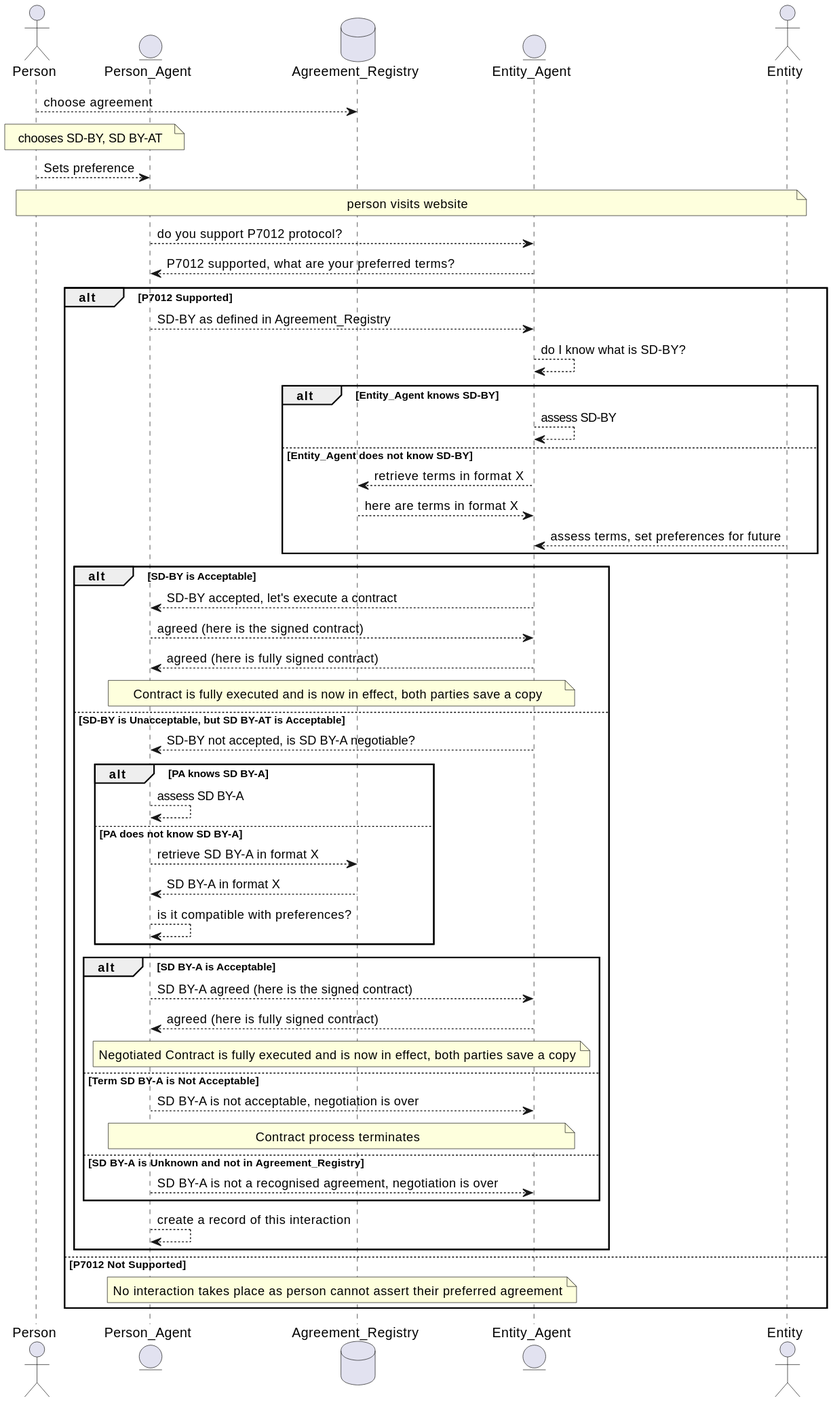
w3c/dpv keeps this PlantUML diagram as 2.2/diagrams/p7012-process-detailed.svg. Above is the earlier version.
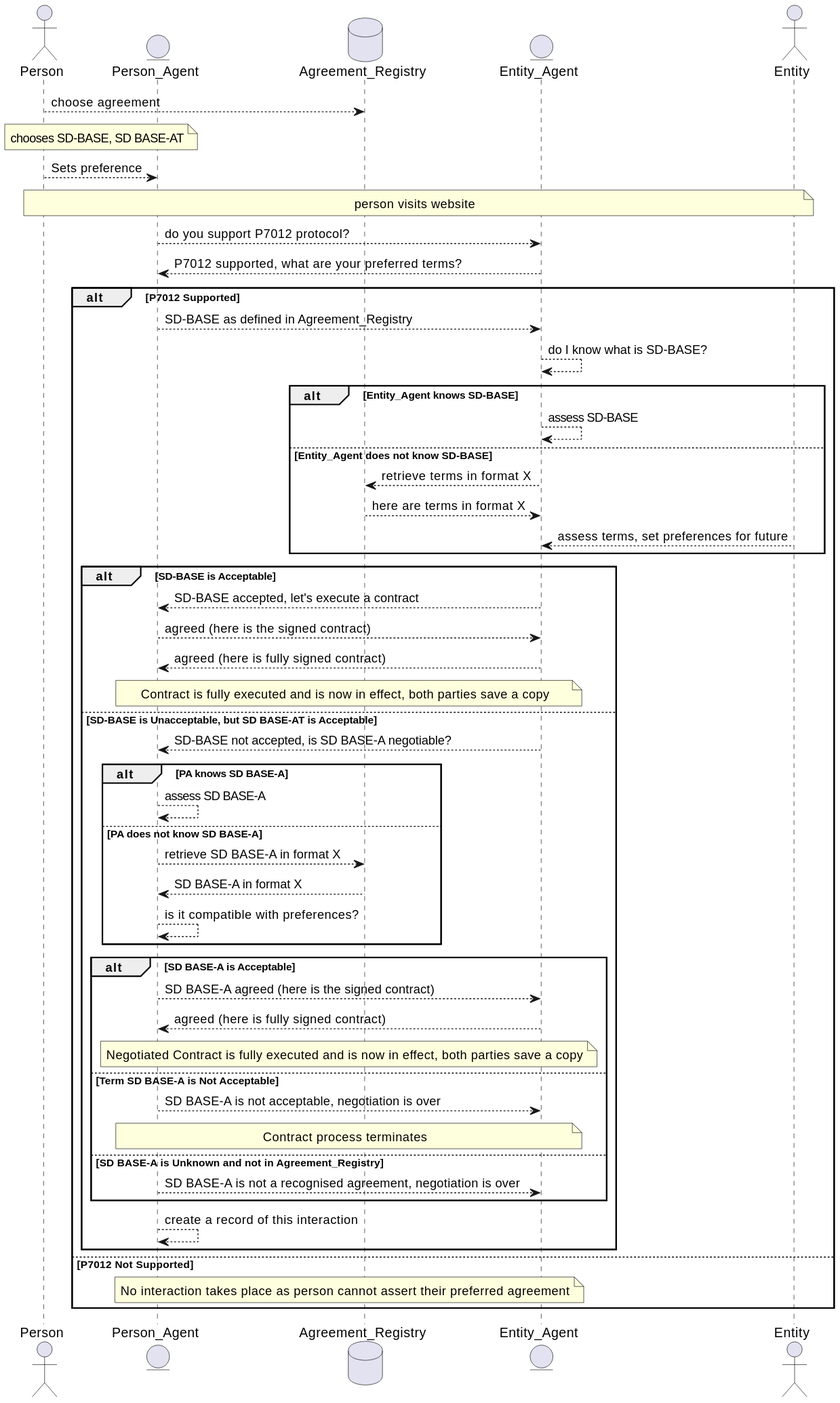
Later version of the same file.

Commit message:
p7012 updated diagrams ; close #379

Diff of the diagram source:
```diff
@@ -6,47 +6,47 @@
 actor Entity as SP
 
 P --> R: choose agreement
-note over P, PA: chooses SD-BY, SD BY-AT
+note over P, PA: chooses SD-BASE, SD BASE-AT
 P --> PA : Sets preference
 note over P, SP: person visits website
 PA --> PRA : do you support P7012 protocol?
 PRA --> PA : P7012 supported, what are your preferred terms?
 
 alt P7012 Supported
-    PA --> PRA : SD-BY as defined in Agreement_Registry
-    PRA --> PRA : do I know what is SD-BY?
-    alt Entity_Agent knows SD-BY
-      PRA --> PRA: assess SD-BY
+    PA --> PRA : SD-BASE as defined in Agreement_Registry
+    PRA --> PRA : do I know what is SD-BASE?
+    alt Entity_Agent knows SD-BASE
+      PRA --> PRA: assess SD-BASE
 
-    else Entity_Agent does not know SD-BY
+    else Entity_Agent does not know SD-BASE
       PRA --> R: retrieve terms in format X
       R --> PRA: here are terms in format X
       SP --> PRA : assess terms, set preferences for future
     end
 
-    alt SD-BY is Acceptable
-        PRA --> PA : SD-BY accepted, let's execute a contract
+    alt SD-BASE is Acceptable
+        PRA --> PA : SD-BASE accepted, let's execute a contract
         PA --> PRA : agreed (here is the signed contract)
         PRA --> PA : agreed (here is fully signed contract)
         note over PRA, PA : Contract is fully executed and is now in effect, both parties save a copy
-    else SD-BY is Unacceptable, but SD BY-AT is Acceptable
-        PRA --> PA : SD-BY not accepted, is SD BY-A negotiable?
-        alt PA knows SD BY-A
-          PA --> PA : assess SD BY-A
-        else PA does not know SD BY-A
-          PA --> R: retrieve SD BY-A in format X
-          R --> PA: SD BY-A in format X
+    else SD-BASE is Unacceptable, but SD BASE-AT is Acceptable
+        PRA --> PA : SD-BASE not accepted, is SD BASE-A negotiable?
+        alt PA knows SD BASE-A
+          PA --> PA : assess SD BASE-A
+        else PA does not know SD BASE-A
+          PA --> R: retrieve SD BASE-A in format X
+          R --> PA: SD BASE-A in format X
           PA --> PA: is it compatible with preferences?
         end
-        alt SD BY-A is Acceptable
-            PA --> PRA : SD BY-A agreed (here is the signed contract)
+        alt SD BASE-A is Acceptable
+            PA --> PRA : SD BASE-A agreed (here is the signed contract)
             PRA --> PA : agreed (here is fully signed contract)
             note over PRA, PA : Negotiated Contract is fully executed and is now in effect, both parties save a copy
-        else Term SD BY-A is Not Acceptable
-            PA --> PRA: SD BY-A is not acceptable, negotiation is over
+        else Term SD BASE-A is Not Acceptable
+            PA --> PRA: SD BASE-A is not acceptable, negotiation is over
             note over PRA, PA : Contract process terminates
-        else SD BY-A is Unknown and not in Agreement_Registry
-            PA --> PRA: SD BY-A is not a recognised agreement, negotiation is over
+        else SD BASE-A is Unknown and not in Agreement_Registry
+            PA --> PRA: SD BASE-A is not a recognised agreement, negotiation is over
         end
         PA --> PA : create a record of this interaction
     end
```
